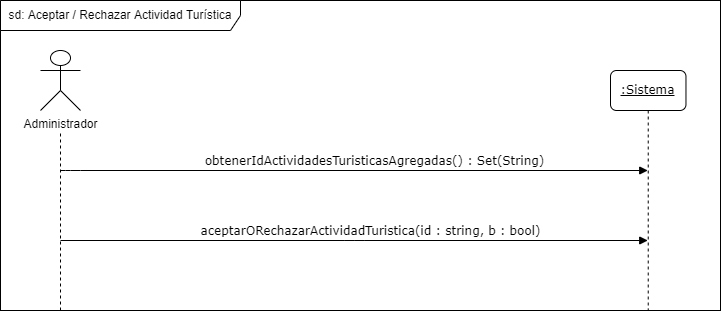
Earlier version of the draw.io export docs/Iteración 2/Análisis/DSS Estación de trabajo/AceptarRechazarActividadTuristica.png (FacundoDiaz00/Taller-de-Programaci-n). Source tidied: cells renumbered, new cells last; positions are measured from the earlier drawing's top-left corner, leaving out a move shared by most shapes.
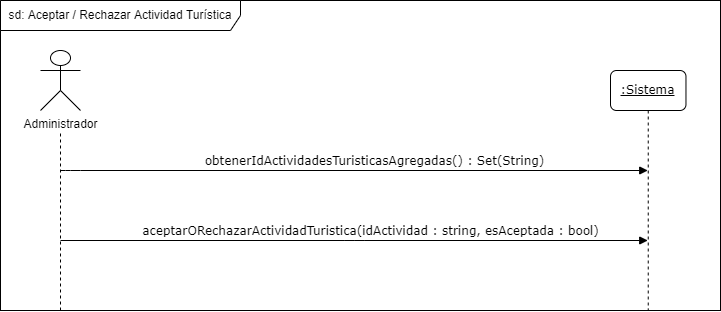
Above is the later version.

Diff of the diagram source:
```diff
@@ -28,7 +28,7 @@
     <mxCell id="7" value="&lt;u&gt;:Sistema&lt;/u&gt;" style="shape=umlLifeline;perimeter=lifelinePerimeter;whiteSpace=wrap;html=1;outlineConnect=0;rounded=1;shadow=0;comic=0;labelBackgroundColor=none;strokeWidth=1;fontFamily=Verdana;fontSize=12;align=center;" parent="1" vertex="1">
       <mxGeometry x="610" y="70" width="75.5" height="240" as="geometry" />
     </mxCell>
-    <mxCell id="8" value="aceptarORechazarActividadTuristica(id : string, b : bool)" style="html=1;verticalAlign=bottom;endArrow=block;labelBackgroundColor=none;fontFamily=Verdana;fontSize=12;edgeStyle=elbowEdgeStyle;elbow=vertical;" parent="1" edge="1">
+    <mxCell id="8" value="aceptarORechazarActividadTuristica(idActividad : string, esAceptada : bool)" style="html=1;verticalAlign=bottom;endArrow=block;labelBackgroundColor=none;fontFamily=Verdana;fontSize=12;edgeStyle=elbowEdgeStyle;elbow=vertical;" parent="1" edge="1">
       <mxGeometry x="0.06" relative="1" as="geometry">
         <mxPoint x="60" y="240" as="sourcePoint" />
         <mxPoint x="647.2" y="240" as="targetPoint" />
```
